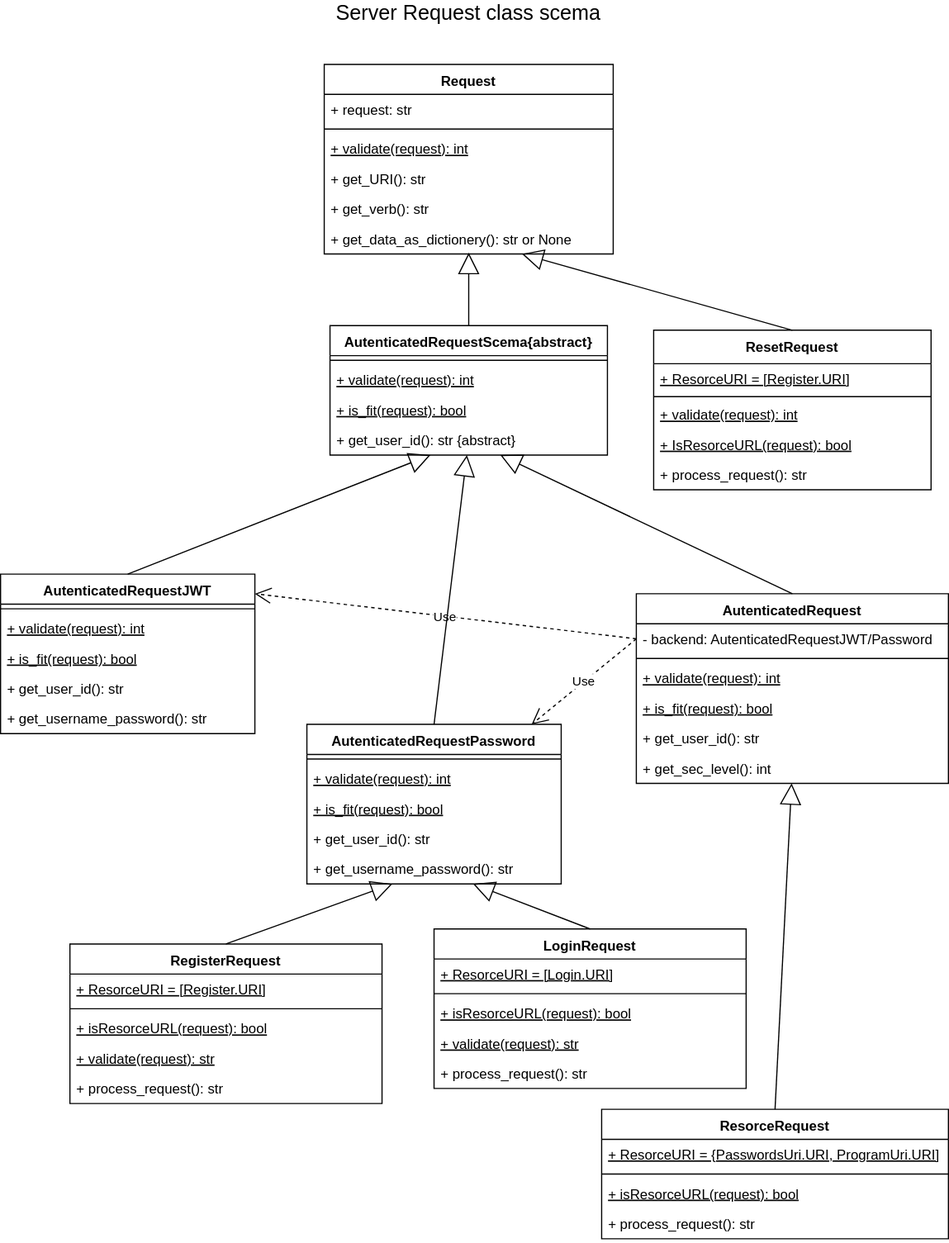
Before: Documents/server class diagram-Request.svg, a diagram exported from draw.io (adibl/password_saver). Source tidied: cells renumbered, new cells last; positions are measured from the earlier drawing's top-left corner, leaving out a move shared by most shapes.
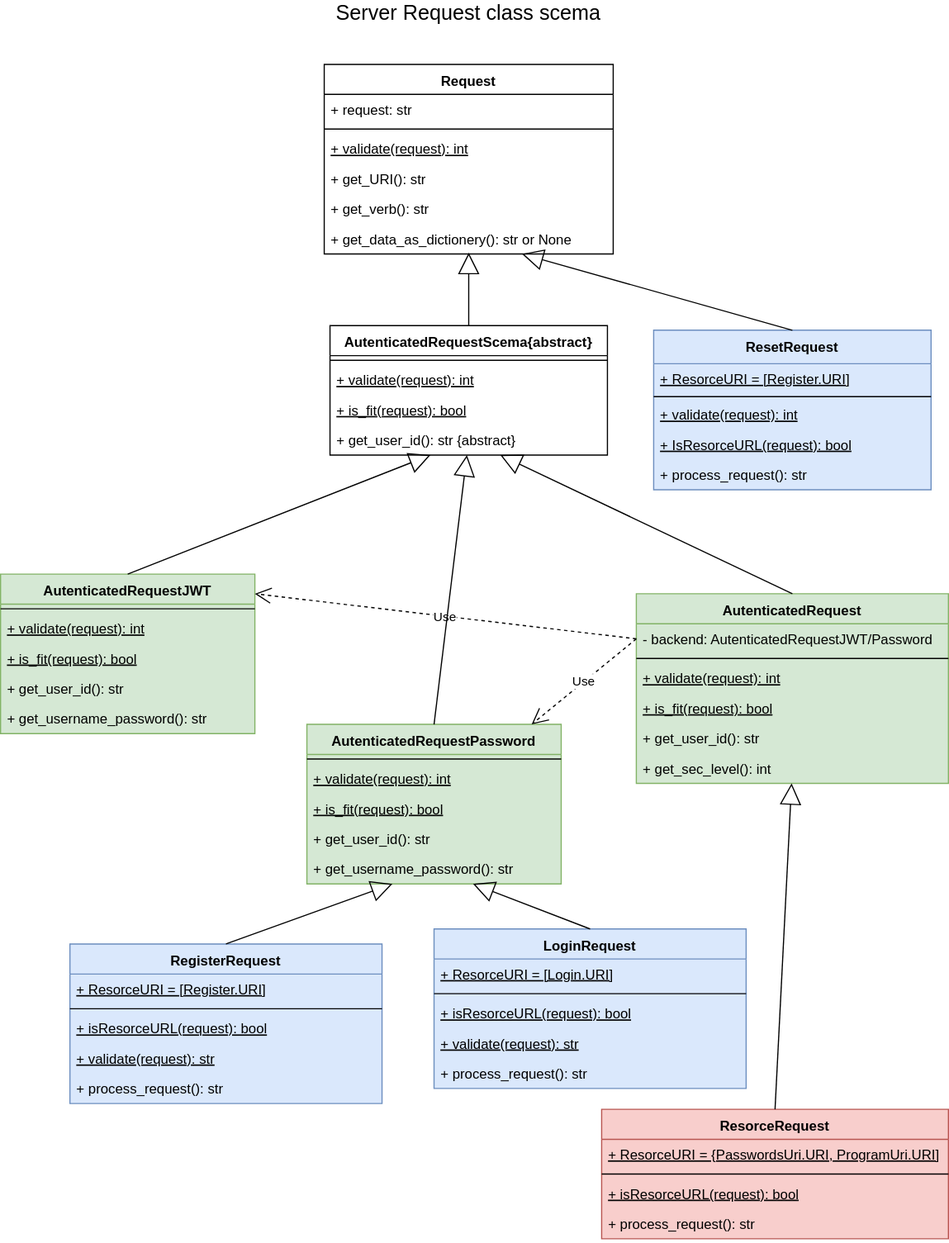
The same diagram one commit later.

Commit message:
server class diagram-Request add colors

Change to the diagram source:
```diff
@@ -38,7 +38,7 @@
     <mxCell id="13" value="+ get_user_id(): str {abstract}" style="text;strokeColor=none;fillColor=none;align=left;verticalAlign=top;spacingLeft=4;spacingRight=4;overflow=hidden;points=[[0,0.5],[1,0.5]];portConstraint=eastwest;" parent="9" vertex="1">
       <mxGeometry y="86" width="240" height="26" as="geometry" />
     </mxCell>
-    <mxCell id="14" value="ResetRequest" style="swimlane;fontStyle=1;align=center;verticalAlign=top;horizontal=1;startSize=29;" parent="1" vertex="1">
+    <mxCell id="14" value="ResetRequest" style="swimlane;fontStyle=1;align=center;verticalAlign=top;horizontal=1;startSize=29;fillColor=#DAE8FC;strokeColor=#6c8ebf;swimlaneFillColor=#DAE8FC;" parent="1" vertex="1">
       <mxGeometry x="565" y="285" width="240" height="138" as="geometry" />
     </mxCell>
     <mxCell id="15" value="+ ResorceURI = [Register.URI]" style="text;strokeColor=none;fillColor=none;align=left;verticalAlign=top;spacingLeft=4;spacingRight=4;overflow=hidden;fontStyle=4;" parent="14" vertex="1">
@@ -56,7 +56,7 @@
     <mxCell id="19" value="+ process_request(): str" style="text;strokeColor=none;fillColor=none;align=left;verticalAlign=top;spacingLeft=4;spacingRight=4;overflow=hidden;" parent="14" vertex="1">
       <mxGeometry y="112" width="240" height="26" as="geometry" />
     </mxCell>
-    <mxCell id="20" value="AutenticatedRequestPassword" style="swimlane;fontStyle=1;align=center;verticalAlign=top;horizontal=1;startSize=26;" parent="1" vertex="1">
+    <mxCell id="20" value="AutenticatedRequestPassword" style="swimlane;fontStyle=1;align=center;verticalAlign=top;horizontal=1;startSize=26;fillColor=#d5e8d4;strokeColor=#82b366;swimlaneFillColor=#D5E8D4;" parent="1" vertex="1">
       <mxGeometry x="265" y="626" width="220" height="138" as="geometry" />
     </mxCell>
     <mxCell id="21" style="line;strokeWidth=1;fillColor=none;align=left;verticalAlign=middle;spacingTop=-1;spacingLeft=3;spacingRight=3;labelPosition=right;" parent="20" vertex="1">
@@ -74,7 +74,7 @@
     <mxCell id="25" value="+ get_username_password(): str" style="text;strokeColor=none;fillColor=none;align=left;verticalAlign=top;spacingLeft=4;spacingRight=4;overflow=hidden;points=[[0,0.5],[1,0.5]];portConstraint=eastwest;" parent="20" vertex="1">
       <mxGeometry y="112" width="220" height="26" as="geometry" />
     </mxCell>
-    <mxCell id="26" value="AutenticatedRequestJWT" style="swimlane;fontStyle=1;align=center;verticalAlign=top;horizontal=1;startSize=26;" parent="1" vertex="1">
+    <mxCell id="26" value="AutenticatedRequestJWT" style="swimlane;fontStyle=1;align=center;verticalAlign=top;horizontal=1;startSize=26;fillColor=#D5E8D4;strokeColor=#82b366;swimlaneFillColor=#D5E8D4;" parent="1" vertex="1">
       <mxGeometry y="496" width="220" height="138" as="geometry" />
     </mxCell>
     <mxCell id="27" style="line;strokeWidth=1;fillColor=none;align=left;verticalAlign=middle;spacingTop=-1;spacingLeft=3;spacingRight=3;labelPosition=right;" parent="26" vertex="1">
@@ -95,7 +95,7 @@
     <mxCell id="32" style="endArrow=block;endSize=16;endFill=0;html=1;entryX=0.5;entryY=0.962;entryDx=0;entryDy=0;entryPerimeter=0;exitX=0.5;exitY=0;exitDx=0;exitDy=0;" parent="1" edge="1" source="9" target="8">
       <mxGeometry x="-0.03" y="16" relative="1" as="geometry" />
     </mxCell>
-    <mxCell id="33" value="AutenticatedRequest" style="swimlane;fontStyle=1;align=center;verticalAlign=top;horizontal=1;startSize=26;" parent="1" vertex="1">
+    <mxCell id="33" value="AutenticatedRequest" style="swimlane;fontStyle=1;align=center;verticalAlign=top;horizontal=1;startSize=26;fillColor=#d5e8d4;strokeColor=#82b366;swimlaneFillColor=#D5E8D4;" parent="1" vertex="1">
       <mxGeometry x="550" y="513" width="270" height="164" as="geometry" />
     </mxCell>
     <mxCell id="34" value="- backend: AutenticatedRequestJWT/Password" style="text;strokeColor=none;fillColor=none;align=left;verticalAlign=top;spacingLeft=4;spacingRight=4;overflow=hidden;points=[[0,0.5],[1,0.5]];portConstraint=eastwest;" parent="33" vertex="1">
@@ -116,7 +116,7 @@
     <mxCell id="39" value="+ get_sec_level(): int" style="text;strokeColor=none;fillColor=none;align=left;verticalAlign=top;spacingLeft=4;spacingRight=4;overflow=hidden;points=[[0,0.5],[1,0.5]];portConstraint=eastwest;" parent="33" vertex="1">
       <mxGeometry y="138" width="270" height="26" as="geometry" />
     </mxCell>
-    <mxCell id="40" value="ResorceRequest" style="swimlane;fontStyle=1;align=center;verticalAlign=top;horizontal=1;startSize=26;" parent="1" vertex="1">
+    <mxCell id="40" value="ResorceRequest" style="swimlane;fontStyle=1;align=center;verticalAlign=top;horizontal=1;startSize=26;fillColor=#F8CECC;strokeColor=#b85450;swimlaneFillColor=#F8CECC;" parent="1" vertex="1">
       <mxGeometry x="520" y="959" width="300" height="112" as="geometry" />
     </mxCell>
     <mxCell id="41" value="+ ResorceURI = {PasswordsUri.URI, ProgramUri.URI]&#10;" style="text;strokeColor=none;fillColor=none;align=left;verticalAlign=top;spacingLeft=4;spacingRight=4;overflow=hidden;fontStyle=4;" parent="40" vertex="1">
@@ -131,7 +131,7 @@
     <mxCell id="44" value="+ process_request(): str" style="text;strokeColor=none;fillColor=none;align=left;verticalAlign=top;spacingLeft=4;spacingRight=4;overflow=hidden;" parent="40" vertex="1">
       <mxGeometry y="86" width="300" height="26" as="geometry" />
     </mxCell>
-    <mxCell id="45" value="RegisterRequest" style="swimlane;fontStyle=1;align=center;verticalAlign=top;horizontal=1;startSize=26;" parent="1" vertex="1">
+    <mxCell id="45" value="RegisterRequest" style="swimlane;fontStyle=1;align=center;verticalAlign=top;horizontal=1;startSize=26;fillColor=#dae8fc;strokeColor=#6c8ebf;swimlaneFillColor=#DAE8FC;" parent="1" vertex="1">
       <mxGeometry x="60" y="816" width="270" height="138" as="geometry" />
     </mxCell>
     <mxCell id="46" value="+ ResorceURI = [Register.URI]" style="text;strokeColor=none;fillColor=none;align=left;verticalAlign=top;spacingLeft=4;spacingRight=4;overflow=hidden;fontStyle=4;" parent="45" vertex="1">
@@ -149,7 +149,7 @@
     <mxCell id="50" value="+ process_request(): str" style="text;strokeColor=none;fillColor=none;align=left;verticalAlign=top;spacingLeft=4;spacingRight=4;overflow=hidden;" parent="45" vertex="1">
       <mxGeometry y="112" width="270" height="26" as="geometry" />
     </mxCell>
-    <mxCell id="51" value="LoginRequest" style="swimlane;fontStyle=1;align=center;verticalAlign=top;horizontal=1;startSize=26;" parent="1" vertex="1">
+    <mxCell id="51" value="LoginRequest" style="swimlane;fontStyle=1;align=center;verticalAlign=top;horizontal=1;startSize=26;fillColor=#dae8fc;strokeColor=#6c8ebf;swimlaneFillColor=#DAE8FC;" parent="1" vertex="1">
       <mxGeometry x="375" y="803" width="270" height="138" as="geometry" />
     </mxCell>
     <mxCell id="52" value="+ ResorceURI = [Login.URI]" style="text;strokeColor=none;fillColor=none;align=left;verticalAlign=top;spacingLeft=4;spacingRight=4;overflow=hidden;fontStyle=4;" parent="51" vertex="1">
```
